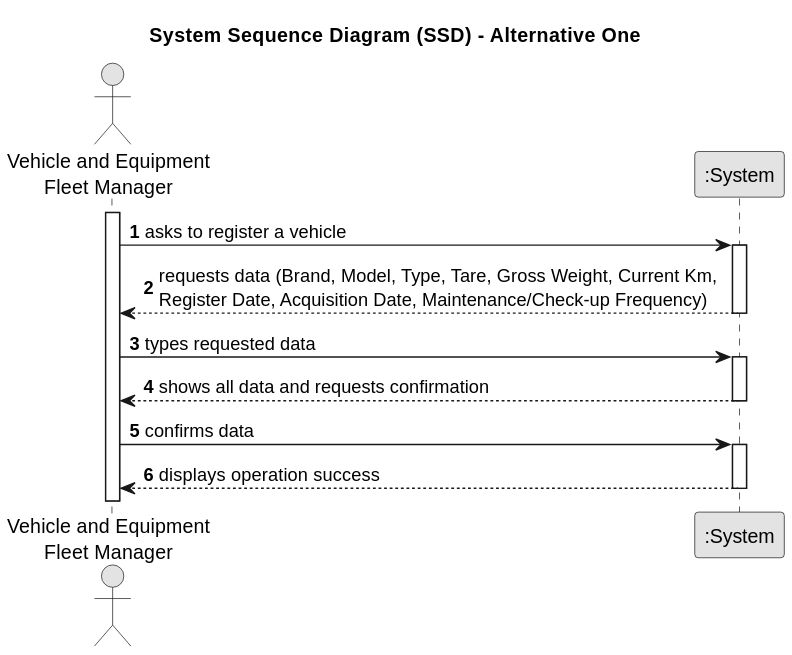
Above: docs/sprint2/us006/01.requirements-engineering/svg/us006-system-sequence-diagram-alternative-one.svg in tiagosoa/lei-24-s2-1dgh-g073 (PlantUML), before the change.
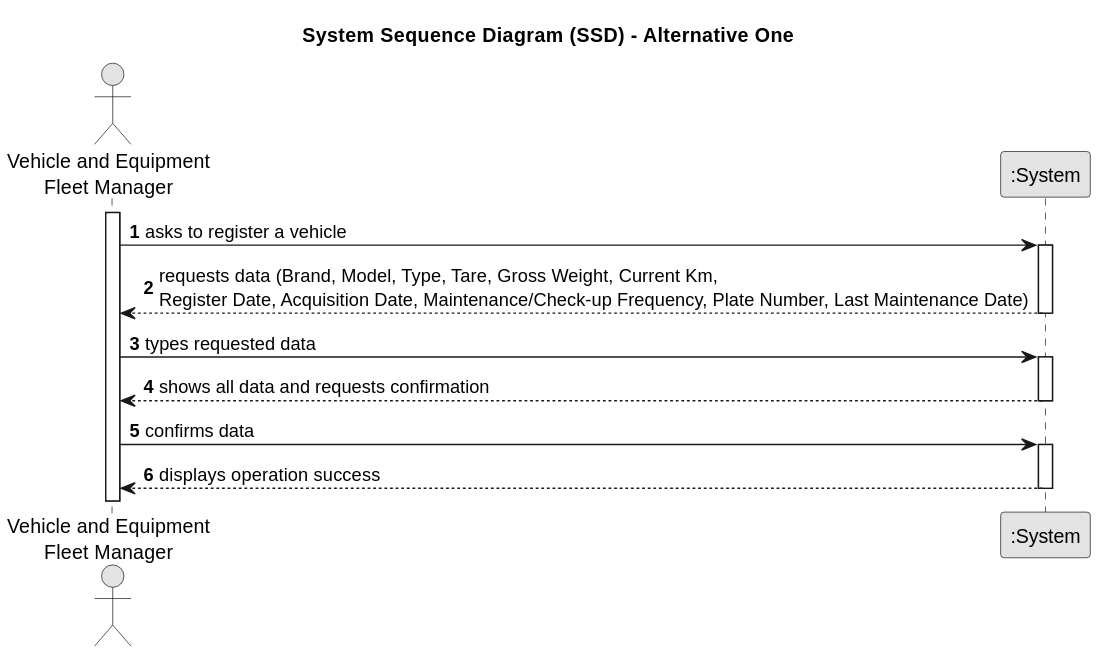
The same file after the commit.

The edit, as a diff of the source:
```diff
@@ -15,7 +15,7 @@
     Employee -> System : asks to register a vehicle
     activate System
 
-        System --> Employee : requests data (Brand, Model, Type, Tare, Gross Weight, Current Km, \nRegister Date, Acquisition Date, Maintenance/Check-up Frequency)
+        System --> Employee : requests data (Brand, Model, Type, Tare, Gross Weight, Current Km, \nRegister Date, Acquisition Date, Maintenance/Check-up Frequency, Plate Number, Last Maintenance Date)
     deactivate System
 
     Employee -> System : types requested data
```
